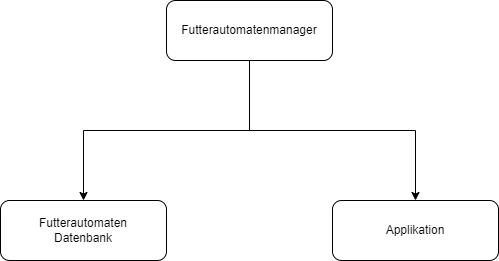
Above: Futterautomatenmanager/Dokumente/DrawIO/Aufbau Applikation.png in BauerPhilipp/Futterautomatenmanager (draw.io), before the change. Source tidied: cells renumbered, new cells last; positions are measured from the earlier drawing's top-left corner, leaving out a move shared by most shapes. Source of this version:
```xml
<mxGraphModel>
  <root>
    <mxCell id="0" />
    <mxCell id="1" parent="0" />
    <mxCell id="2" style="edgeStyle=orthogonalEdgeStyle;rounded=0;jettySize=auto;html=1;" parent="1" edge="1" source="4" target="5">
      <mxGeometry relative="1" as="geometry" />
    </mxCell>
    <mxCell id="3" style="edgeStyle=orthogonalEdgeStyle;rounded=0;jettySize=auto;html=1;" parent="1" edge="1" source="4" target="6">
      <mxGeometry relative="1" as="geometry" />
    </mxCell>
    <mxCell id="4" value="Futterautomatenmanager" style="rounded=1;whiteSpace=wrap;html=1;" parent="1" vertex="1">
      <mxGeometry x="166" width="166" height="60" as="geometry" />
    </mxCell>
    <mxCell id="5" value="Futterautomaten&lt;br&gt;Datenbank" style="rounded=1;whiteSpace=wrap;html=1;" parent="1" vertex="1">
      <mxGeometry y="200" width="166" height="60" as="geometry" />
    </mxCell>
    <mxCell id="6" value="Applikation" style="rounded=1;whiteSpace=wrap;html=1;" parent="1" vertex="1">
      <mxGeometry x="332" y="200" width="166" height="60" as="geometry" />
    </mxCell>
  </root>
</mxGraphModel>
```
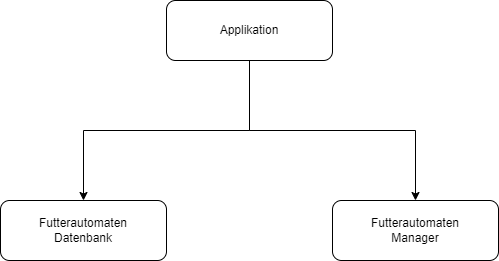
After the change.

What changed in the source:
```diff
@@ -8,13 +8,13 @@
     <mxCell id="3" style="edgeStyle=orthogonalEdgeStyle;rounded=0;jettySize=auto;html=1;" parent="1" edge="1" source="4" target="6">
       <mxGeometry relative="1" as="geometry" />
     </mxCell>
-    <mxCell id="4" value="Futterautomatenmanager" style="rounded=1;whiteSpace=wrap;html=1;" parent="1" vertex="1">
+    <mxCell id="4" value="Applikation" style="rounded=1;whiteSpace=wrap;html=1;" parent="1" vertex="1">
       <mxGeometry x="166" width="166" height="60" as="geometry" />
     </mxCell>
     <mxCell id="5" value="Futterautomaten&lt;br&gt;Datenbank" style="rounded=1;whiteSpace=wrap;html=1;" parent="1" vertex="1">
       <mxGeometry y="200" width="166" height="60" as="geometry" />
     </mxCell>
-    <mxCell id="6" value="Applikation" style="rounded=1;whiteSpace=wrap;html=1;" parent="1" vertex="1">
+    <mxCell id="6" value="Futterautomaten&lt;br&gt;Manager" style="rounded=1;whiteSpace=wrap;html=1;" parent="1" vertex="1">
       <mxGeometry x="332" y="200" width="166" height="60" as="geometry" />
     </mxCell>
   </root>
```
